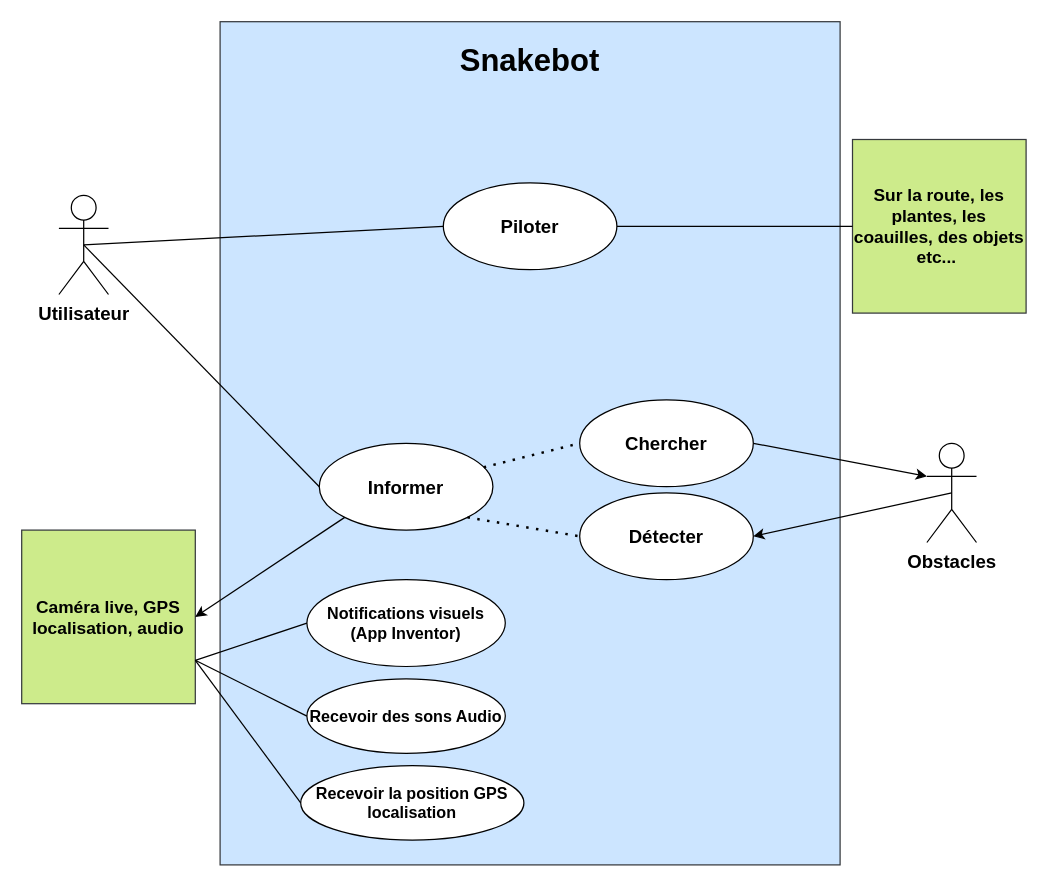
This is Diagramme de cas d'utilisation.drawio from DavidCretois/Snakebot, a draw.io file, before an edit. Source tidied: cells renumbered, new cells numbered last; positions are measured from the earlier drawing's top-left corner, leaving out a move shared by most shapes. Both pictures are drawn from the tidied source at 124%, with x=0, y=0 at pixel (21, 21).
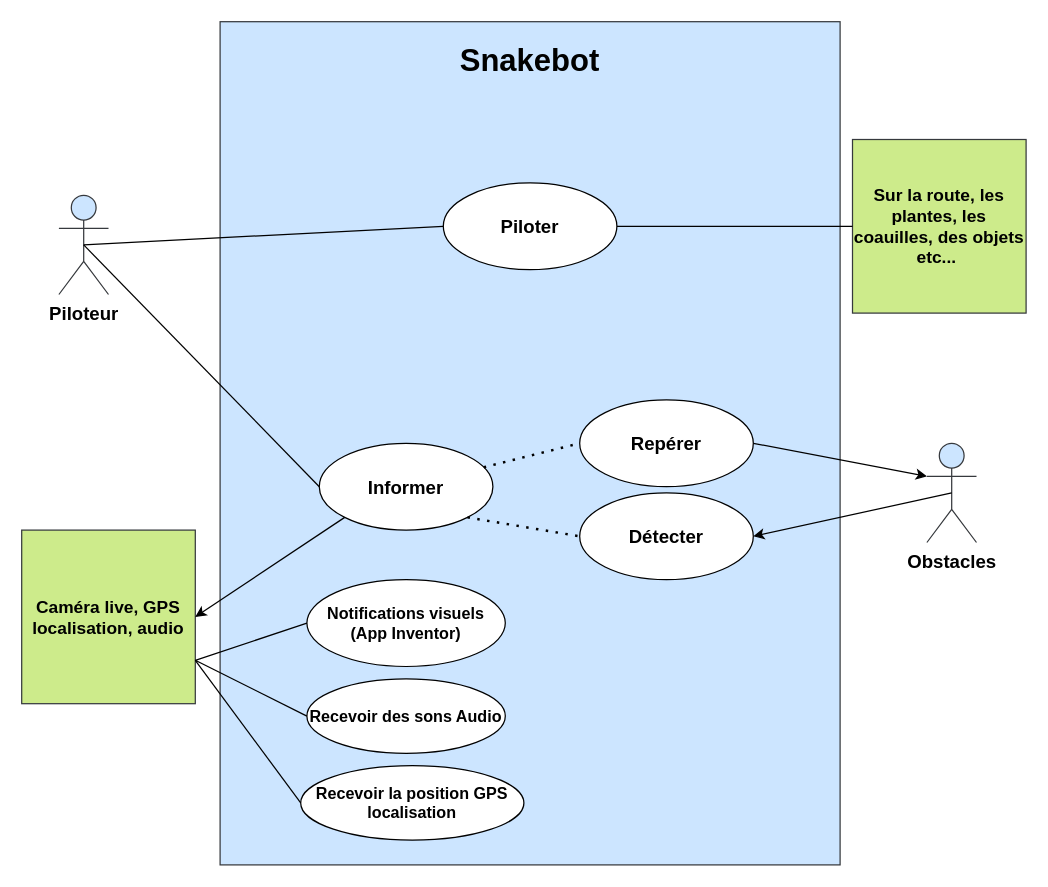
Above is the later version.

The edit, as a diff of the source:
```diff
@@
-    <mxCell id="4" value="&lt;b&gt;&lt;font style=&quot;font-size: 15px&quot;&gt;Utilisateur&lt;/font&gt;&lt;/b&gt;" style="shape=umlActor;verticalLabelPosition=bottom;verticalAlign=top;html=1;outlineConnect=0;" parent="1" vertex="1">
+    <mxCell id="4" value="&lt;b&gt;&lt;font style=&quot;font-size: 15px&quot;&gt;Piloteur&lt;/font&gt;&lt;/b&gt;" style="shape=umlActor;verticalLabelPosition=bottom;verticalAlign=top;html=1;outlineConnect=0;fillColor=#cce5ff;strokeColor=#36393d;" parent="1" vertex="1">
       <mxGeometry x="30" y="140" width="40" height="80" as="geometry" />
     </mxCell>
@@
-    <mxCell id="9" value="&lt;font style=&quot;font-size: 15px&quot;&gt;&lt;b&gt;Chercher&lt;/b&gt;&lt;/font&gt;" style="ellipse;whiteSpace=wrap;html=1;" parent="1" vertex="1">
+    <mxCell id="9" value="&lt;font style=&quot;font-size: 15px&quot;&gt;&lt;b&gt;Repérer&lt;/b&gt;&lt;/font&gt;" style="ellipse;whiteSpace=wrap;html=1;" parent="1" vertex="1">
       <mxGeometry x="450" y="305" width="140" height="70" as="geometry" />
     </mxCell>
@@
-    <mxCell id="11" value="&lt;b&gt;&lt;font style=&quot;font-size: 15px&quot;&gt;Obstacles&lt;/font&gt;&lt;/b&gt;" style="shape=umlActor;verticalLabelPosition=bottom;verticalAlign=top;html=1;outlineConnect=0;" parent="1" vertex="1">
+    <mxCell id="11" value="&lt;b&gt;&lt;font style=&quot;font-size: 15px&quot;&gt;Obstacles&lt;/font&gt;&lt;/b&gt;" style="shape=umlActor;verticalLabelPosition=bottom;verticalAlign=top;html=1;outlineConnect=0;fillColor=#cce5ff;strokeColor=#36393d;" parent="1" vertex="1">
       <mxGeometry x="730" y="340" width="40" height="80" as="geometry" />
     </mxCell>
```
